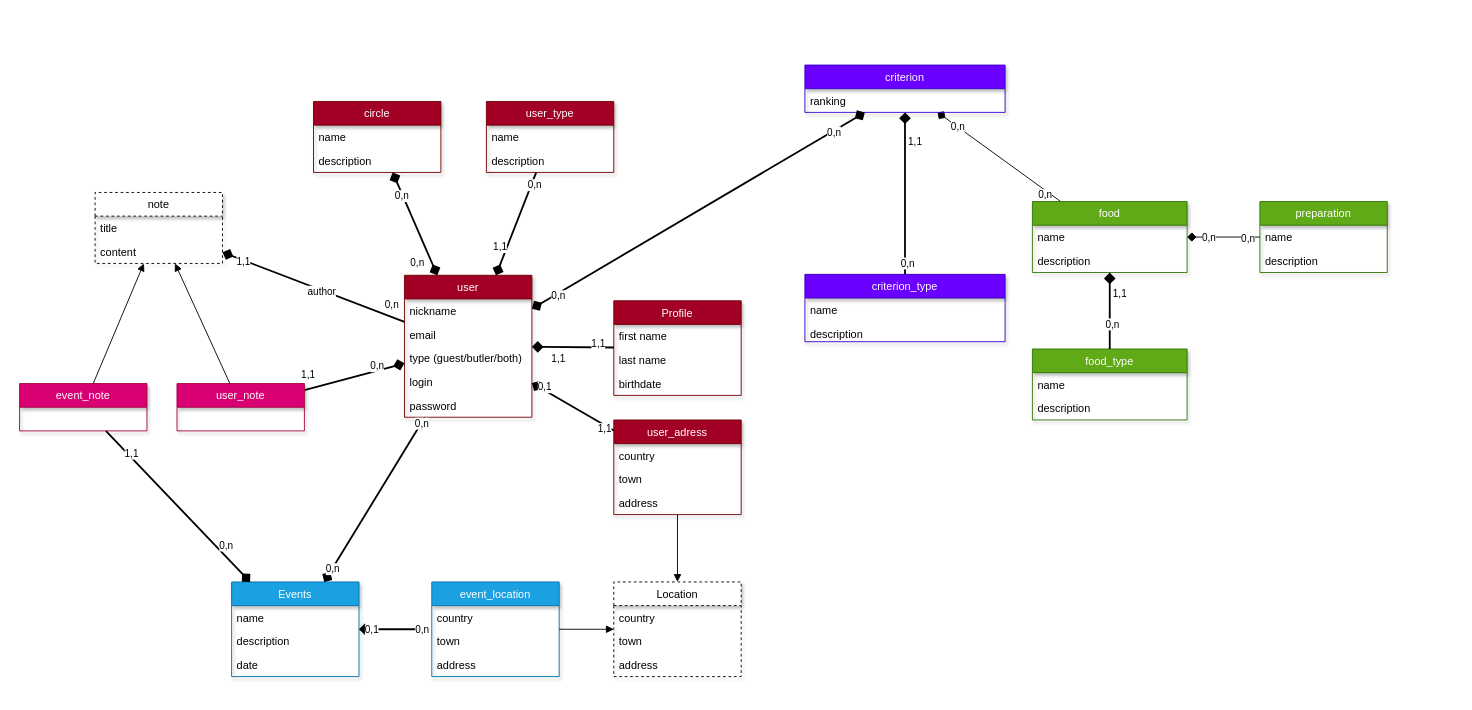
Earlier version of the draw.io diagram demo/butler.drawio (deljdlx/drawio-to-sql). Source tidied: cells renumbered, new cells numbered last; positions are measured from the earlier drawing's top-left corner, leaving out a move shared by most shapes. Both pictures are drawn from the tidied source at 91%, with x=0, y=0 at pixel (19, 65).
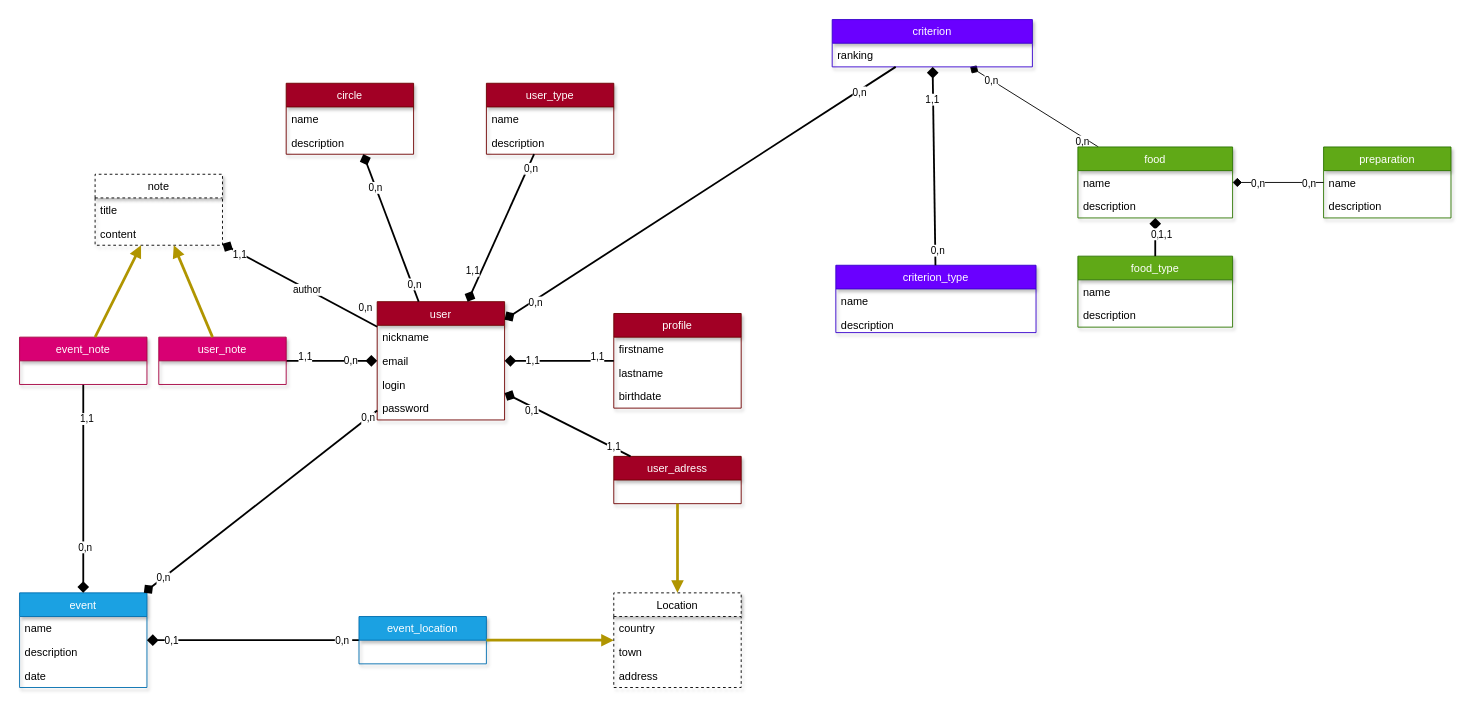
Above is the later version.

Unchanged cells that the change refers to:
```xml
<mxCell id="25" style="endArrow=none;startArrow=diamond;endFill=0;startFill=1;html=1;verticalAlign=bottom;labelBackgroundColor=none;strokeWidth=2;startSize=8;endSize=8;" parent="1" edge="1" source="15" target="21">
  <mxGeometry relative="1" as="geometry" />
</mxCell>
<mxCell id="47" style="endArrow=none;startArrow=diamond;endFill=0;startFill=1;html=1;verticalAlign=bottom;labelBackgroundColor=none;strokeWidth=2;startSize=8;endSize=8;" parent="1" edge="1" source="15" target="92">
  <mxGeometry relative="1" as="geometry" />
</mxCell>
<mxCell id="61" style="endArrow=diamond;startArrow=none;endFill=1;startFill=0;html=1;verticalAlign=bottom;labelBackgroundColor=none;strokeWidth=2;startSize=8;endSize=8;" parent="1" edge="1" source="58" target="53">
  <mxGeometry relative="1" as="geometry" />
</mxCell>
<mxCell id="86" style="endArrow=none;startArrow=diamond;endFill=0;startFill=1;html=1;verticalAlign=bottom;labelBackgroundColor=none;strokeWidth=2;startSize=8;endSize=8;" parent="1" edge="1" source="15" target="80">
  <mxGeometry relative="1" as="geometry" />
</mxCell>
```

Change to the diagram source:
```diff
@@
     <mxCell id="2" value="circle" style="swimlane;fontStyle=0;horizontal=1;startSize=26;fillColor=#a20025;shadow=1;strokeColor=#6F0000;fontColor=#ffffff;" parent="1" vertex="1">
-      <mxGeometry x="323" y="40" width="140" height="78" as="geometry" />
+      <mxGeometry x="293" y="20" width="140" height="78" as="geometry" />
     </mxCell>
@@
-    <mxCell id="8" value="Events" style="swimlane;fontStyle=0;horizontal=1;startSize=26;shadow=1;strokeColor=#006EAF;fillColor=#1ba1e2;fontColor=#ffffff;" parent="1" vertex="1">
-      <mxGeometry x="233" y="568" width="140" height="104" as="geometry" />
+    <mxCell id="8" value="event" style="swimlane;fontStyle=0;horizontal=1;startSize=26;shadow=1;strokeColor=#006EAF;fillColor=#1ba1e2;fontColor=#ffffff;" parent="1" vertex="1">
+      <mxGeometry y="580" width="140" height="104" as="geometry" />
     </mxCell>
@@
     <mxCell id="15" value="user" style="swimlane;fontStyle=0;horizontal=1;startSize=26;fillColor=#a20025;shadow=1;strokeColor=#6F0000;fontColor=#ffffff;" parent="1" vertex="1">
-      <mxGeometry x="423" y="231" width="140" height="156" as="geometry" />
+      <mxGeometry x="393" y="260" width="140" height="130" as="geometry" />
     </mxCell>
@@
-    <mxCell id="18" value="type (guest/butler/both)" style="text;strokeColor=none;fillColor=none;align=left;verticalAlign=top;spacingLeft=4;spacingRight=4;overflow=hidden;" parent="15" vertex="1">
-      <mxGeometry y="78" width="140" height="26" as="geometry" />
-    </mxCell>
     <mxCell id="19" value="login" style="text;strokeColor=none;fillColor=none;align=left;verticalAlign=top;spacingLeft=4;spacingRight=4;overflow=hidden;" parent="15" vertex="1">
-      <mxGeometry y="104" width="140" height="26" as="geometry" />
+      <mxGeometry y="78" width="140" height="26" as="geometry" />
     </mxCell>
     <mxCell id="20" value="password" style="text;strokeColor=none;fillColor=none;align=left;verticalAlign=top;spacingLeft=4;spacingRight=4;overflow=hidden;" parent="15" vertex="1">
-      <mxGeometry y="130" width="140" height="26" as="geometry" />
+      <mxGeometry y="104" width="140" height="26" as="geometry" />
     </mxCell>
-    <mxCell id="21" value="Profile" style="swimlane;fontStyle=0;horizontal=1;startSize=26;fillColor=#a20025;shadow=1;strokeColor=#6F0000;fontColor=#ffffff;" parent="1" vertex="1">
-      <mxGeometry x="653" y="259" width="140" height="104" as="geometry" />
+    <mxCell id="21" value="profile" style="swimlane;fontStyle=0;horizontal=1;startSize=26;fillColor=#a20025;shadow=1;strokeColor=#6F0000;fontColor=#ffffff;" parent="1" vertex="1">
+      <mxGeometry x="653" y="273" width="140" height="104" as="geometry" />
     </mxCell>
-    <mxCell id="22" value="first name" style="text;strokeColor=none;fillColor=none;align=left;verticalAlign=top;spacingLeft=4;spacingRight=4;overflow=hidden;" parent="21" vertex="1">
+    <mxCell id="22" value="firstname" style="text;strokeColor=none;fillColor=none;align=left;verticalAlign=top;spacingLeft=4;spacingRight=4;overflow=hidden;" parent="21" vertex="1">
       <mxGeometry y="26" width="140" height="26" as="geometry" />
     </mxCell>
-    <mxCell id="23" value="last name&#10;" style="text;strokeColor=none;fillColor=none;align=left;verticalAlign=top;spacingLeft=4;spacingRight=4;overflow=hidden;" parent="21" vertex="1">
+    <mxCell id="23" value="lastname&#10;" style="text;strokeColor=none;fillColor=none;align=left;verticalAlign=top;spacingLeft=4;spacingRight=4;overflow=hidden;" parent="21" vertex="1">
       <mxGeometry y="52" width="140" height="26" as="geometry" />
     </mxCell>
@@
     <mxCell id="26" value="1,1" style="edgeLabel;html=1;align=center;verticalAlign=middle;" parent="25" vertex="1">
       <mxGeometry x="-0.84" y="-1" relative="1" as="geometry">
-        <mxPoint x="21.9" y="11.4" as="offset" />
+        <mxPoint x="20.6" y="-1.7" as="offset" />
       </mxGeometry>
     </mxCell>
@@
     <mxCell id="28" value="Location" style="swimlane;fontStyle=0;horizontal=1;startSize=26;shadow=1;dashed=1;" parent="1" vertex="1">
-      <mxGeometry x="653" y="568" width="140" height="104" as="geometry" />
+      <mxGeometry x="653" y="580" width="140" height="104" as="geometry" />
     </mxCell>
@@
-    <mxCell id="32" style="endArrow=diamond;startArrow=diamond;endFill=1;startFill=1;html=1;verticalAlign=bottom;labelBackgroundColor=none;strokeWidth=2;startSize=8;endSize=8;" parent="1" edge="1" source="2" target="15">
+    <mxCell id="32" style="endArrow=none;startArrow=diamond;endFill=0;startFill=1;html=1;verticalAlign=bottom;labelBackgroundColor=none;strokeWidth=2;startSize=8;endSize=8;" parent="1" edge="1" source="2" target="15">
       <mxGeometry relative="1" as="geometry" />
     </mxCell>
     <mxCell id="33" value="0,n" style="edgeLabel;html=1;align=center;verticalAlign=middle;" parent="32" vertex="1">
       <mxGeometry x="0.64" relative="1" as="geometry">
-        <mxPoint x="-13.3" y="6.2" as="offset" />
+        <mxPoint x="5.5" y="9.5" as="offset" />
       </mxGeometry>
     </mxCell>
@@
     <mxCell id="38" value="food" style="swimlane;fontStyle=0;horizontal=1;startSize=26;fillColor=#60a917;shadow=1;strokeColor=#2D7600;fontColor=#ffffff;" parent="1" vertex="1">
-      <mxGeometry x="1113" y="150" width="170" height="78" as="geometry" />
+      <mxGeometry x="1163" y="90" width="170" height="78" as="geometry" />
     </mxCell>
@@
     <mxCell id="41" value="preparation" style="swimlane;fontStyle=0;horizontal=1;startSize=26;fillColor=#60a917;shadow=1;strokeColor=#2D7600;fontColor=#ffffff;" parent="1" vertex="1">
-      <mxGeometry x="1363" y="150" width="140" height="78" as="geometry" />
+      <mxGeometry x="1433" y="90" width="140" height="78" as="geometry" />
     </mxCell>
@@
     <mxCell id="48" value="1,1" style="edgeLabel;html=1;align=center;verticalAlign=middle;rotation=0;" parent="47" vertex="1">
       <mxGeometry x="0.88" relative="1" as="geometry">
-        <mxPoint x="-2.7" y="-15.5" as="offset" />
+        <mxPoint x="14" y="-5" as="offset" />
       </mxGeometry>
     </mxCell>
@@
     <mxCell id="53" value="criterion" style="swimlane;fontStyle=0;horizontal=1;startSize=26;fillColor=#6a00ff;shadow=1;strokeColor=#3700CC;fontColor=#ffffff;" parent="1" vertex="1">
-      <mxGeometry x="863" width="220" height="52" as="geometry" />
+      <mxGeometry x="893" y="-50" width="220" height="52" as="geometry" />
     </mxCell>
@@
-    <mxCell id="55" style="endArrow=diamond;startArrow=diamond;endFill=1;startFill=1;html=1;verticalAlign=bottom;labelBackgroundColor=none;strokeWidth=2;startSize=8;endSize=8;" parent="1" edge="1" source="15" target="53">
+    <mxCell id="55" style="endArrow=none;startArrow=diamond;endFill=0;startFill=1;html=1;verticalAlign=bottom;labelBackgroundColor=none;strokeWidth=2;startSize=8;endSize=8;" parent="1" edge="1" source="15" target="53">
       <mxGeometry relative="1" as="geometry" />
     </mxCell>
@@
     <mxCell id="58" value="criterion_type" style="swimlane;fontStyle=0;horizontal=1;startSize=26;fillColor=#6a00ff;shadow=1;strokeColor=#3700CC;fontColor=#ffffff;" parent="1" vertex="1">
-      <mxGeometry x="863" y="230" width="220" height="74" as="geometry" />
+      <mxGeometry x="897" y="220" width="220" height="74" as="geometry" />
     </mxCell>
@@
     <mxCell id="63" value="1,1" style="edgeLabel;html=1;align=center;verticalAlign=middle;" parent="61" vertex="1">
       <mxGeometry x="0.81" y="-1" relative="1" as="geometry">
-        <mxPoint x="9.2" y="14.7" as="offset" />
+        <mxPoint x="-1.7" y="14.7" as="offset" />
       </mxGeometry>
     </mxCell>
     <mxCell id="64" value="food_type" style="swimlane;fontStyle=0;horizontal=1;startSize=26;fillColor=#60a917;shadow=1;strokeColor=#2D7600;fontColor=#ffffff;" parent="1" vertex="1">
-      <mxGeometry x="1113" y="312" width="170" height="78" as="geometry" />
+      <mxGeometry x="1163" y="210" width="170" height="78" as="geometry" />
     </mxCell>
@@
     <mxCell id="70" value="user_type" style="swimlane;fontStyle=0;horizontal=1;startSize=26;fillColor=#a20025;shadow=1;strokeColor=#6F0000;fontColor=#ffffff;" parent="1" vertex="1">
-      <mxGeometry x="513" y="40" width="140" height="78" as="geometry" />
+      <mxGeometry x="513" y="20" width="140" height="78" as="geometry" />
     </mxCell>
@@
     <mxCell id="76" value="event_location" style="swimlane;fontStyle=0;horizontal=1;startSize=26;shadow=1;fillColor=#1ba1e2;strokeColor=#006EAF;fontColor=#ffffff;" parent="1" vertex="1">
-      <mxGeometry x="453" y="568" width="140" height="104" as="geometry" />
+      <mxGeometry x="373" y="606" width="140" height="52" as="geometry" />
     </mxCell>
-    <mxCell id="77" value="country" style="text;strokeColor=none;fillColor=none;align=left;verticalAlign=top;spacingLeft=4;spacingRight=4;overflow=hidden;" parent="76" vertex="1">
-      <mxGeometry y="26" width="140" height="26" as="geometry" />
-    </mxCell>
-    <mxCell id="78" value="town" style="text;strokeColor=none;fillColor=none;align=left;verticalAlign=top;spacingLeft=4;spacingRight=4;overflow=hidden;" parent="76" vertex="1">
-      <mxGeometry y="52" width="140" height="26" as="geometry" />
-    </mxCell>
-    <mxCell id="79" value="address" style="text;strokeColor=none;fillColor=none;align=left;verticalAlign=top;spacingLeft=4;spacingRight=4;overflow=hidden;" parent="76" vertex="1">
-      <mxGeometry y="78" width="140" height="26" as="geometry" />
-    </mxCell>
     <mxCell id="80" value="user_adress" style="swimlane;fontStyle=0;horizontal=1;startSize=26;shadow=1;fillColor=#a20025;strokeColor=#6F0000;fontColor=#ffffff;" parent="1" vertex="1">
-      <mxGeometry x="653" y="390" width="140" height="104" as="geometry" />
+      <mxGeometry x="653" y="430" width="140" height="52" as="geometry" />
     </mxCell>
-    <mxCell id="81" value="country" style="text;strokeColor=none;fillColor=none;align=left;verticalAlign=top;spacingLeft=4;spacingRight=4;overflow=hidden;" parent="80" vertex="1">
-      <mxGeometry y="26" width="140" height="26" as="geometry" />
-    </mxCell>
-    <mxCell id="82" value="town" style="text;strokeColor=none;fillColor=none;align=left;verticalAlign=top;spacingLeft=4;spacingRight=4;overflow=hidden;" parent="80" vertex="1">
-      <mxGeometry y="52" width="140" height="26" as="geometry" />
-    </mxCell>
-    <mxCell id="83" value="address" style="text;strokeColor=none;fillColor=none;align=left;verticalAlign=top;spacingLeft=4;spacingRight=4;overflow=hidden;" parent="80" vertex="1">
-      <mxGeometry y="78" width="140" height="26" as="geometry" />
-    </mxCell>
-    <mxCell id="84" style="endArrow=block;html=1;endFill=1;" parent="1" edge="1" source="80" target="28">
+    <mxCell id="84" style="endArrow=block;html=1;endFill=1;fillColor=#e3c800;strokeColor=#B09500;strokeWidth=3;" parent="1" edge="1" source="80" target="28">
       <mxGeometry relative="1" as="geometry" />
     </mxCell>
-    <mxCell id="85" style="endArrow=block;html=1;endFill=1;" parent="1" edge="1" source="76" target="28">
+    <mxCell id="85" style="endArrow=block;html=1;endFill=1;fillColor=#e3c800;strokeColor=#B09500;strokeWidth=3;" parent="1" edge="1" source="76" target="28">
       <mxGeometry relative="1" as="geometry" />
     </mxCell>
@@
     <mxCell id="87" value="1,1" style="edgeLabel;html=1;align=center;verticalAlign=middle;" parent="86" vertex="1">
       <mxGeometry x="0.9" relative="1" as="geometry">
-        <mxPoint x="-6" as="offset" />
+        <mxPoint x="-11.8" y="-6.7" as="offset" />
       </mxGeometry>
     </mxCell>
     <mxCell id="88" value="0,1" style="edgeLabel;html=1;align=center;verticalAlign=middle;" parent="86" vertex="1">
       <mxGeometry x="-0.84" relative="1" as="geometry">
-        <mxPoint x="7" as="offset" />
+        <mxPoint x="19" y="14.2" as="offset" />
       </mxGeometry>
     </mxCell>
     <mxCell id="89" value="note" style="swimlane;fontStyle=0;horizontal=1;startSize=26;shadow=1;dashed=1;" parent="1" vertex="1">
-      <mxGeometry x="83" y="140" width="140" height="78" as="geometry" />
+      <mxGeometry x="83" y="120" width="140" height="78" as="geometry" />
     </mxCell>
@@
     <mxCell id="92" value="user_note" style="swimlane;fontStyle=0;horizontal=1;startSize=26;fillColor=#d80073;shadow=1;strokeColor=#A50040;fontColor=#ffffff;" parent="1" vertex="1">
-      <mxGeometry x="173" y="350" width="140" height="52" as="geometry" />
+      <mxGeometry x="153" y="299" width="140" height="52" as="geometry" />
     </mxCell>
@@
-    <mxCell id="97" style="endArrow=block;html=1;endFill=1;" parent="1" edge="1" source="92" target="89">
+    <mxCell id="97" style="endArrow=block;html=1;endFill=1;fillColor=#e3c800;strokeColor=#B09500;strokeWidth=3;" parent="1" edge="1" source="92" target="89">
       <mxGeometry relative="1" as="geometry" />
     </mxCell>
     <mxCell id="98" value="event_note" style="swimlane;fontStyle=0;horizontal=1;startSize=26;fillColor=#d80073;shadow=1;strokeColor=#A50040;fontColor=#ffffff;" parent="1" vertex="1">
-      <mxGeometry y="350" width="140" height="52" as="geometry" />
+      <mxGeometry y="299" width="140" height="52" as="geometry" />
     </mxCell>
-    <mxCell id="99" style="endArrow=block;html=1;endFill=1;" parent="1" edge="1" source="98" target="89">
+    <mxCell id="99" style="endArrow=block;html=1;endFill=1;strokeWidth=3;fillColor=#e3c800;strokeColor=#B09500;" parent="1" edge="1" source="98" target="89">
       <mxGeometry relative="1" as="geometry" />
     </mxCell>
```
